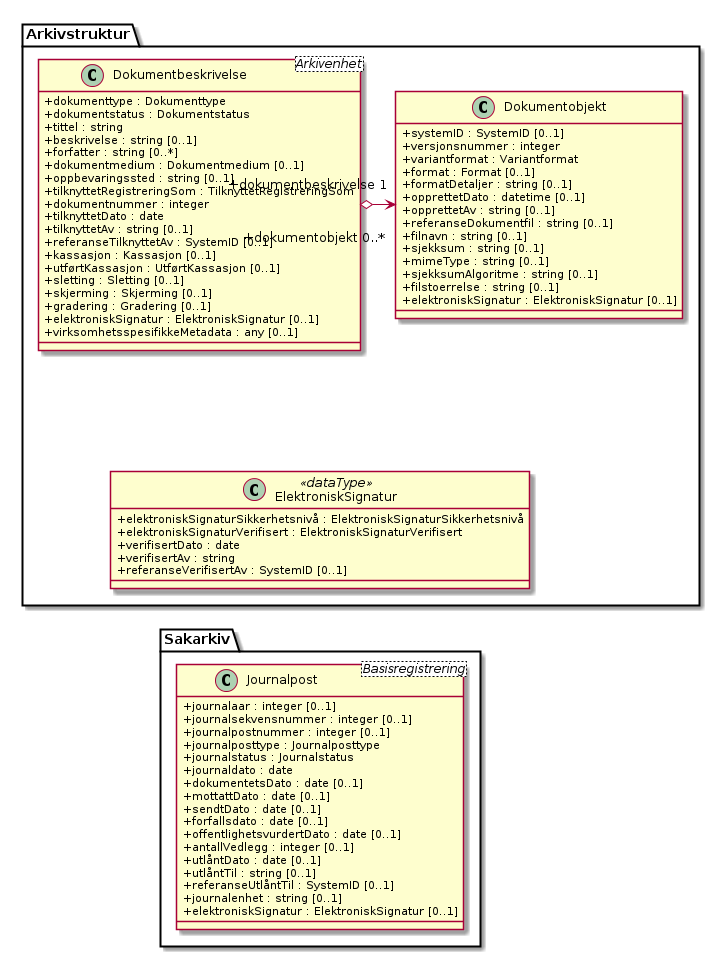
The PlantUML diagram kapitler/media/uml-elektronisk-signatur.png in arkivverket/noark5-tjenestegrensesnitt-standard, before a commit. Its diagram source:
```plantuml
@startuml
skinparam classAttributeIconSize 0

class Sakarkiv.Journalpost <Basisregistrering> {
  +journalaar : integer [0..1]
  +journalsekvensnummer : integer [0..1]
  +journalpostnummer : integer [0..1]
  +journalposttype : Journalposttype
  +journalstatus : Journalstatus
  +journaldato : date
  +dokumentetsDato : date [0..1]
  +mottattDato : date [0..1]
  +sendtDato : date [0..1]
  +forfallsdato : date [0..1]
  +offentlighetsvurdertDato : date [0..1]
  +antallVedlegg : integer [0..1]
  +utlåntDato : date [0..1]
  +utlåntTil : string [0..1]
  +referanseUtlåntTil : SystemID [0..1]
  +journalenhet : string [0..1]
  +elektroniskSignatur : ElektroniskSignatur [0..1]
}
class Arkivstruktur.ElektroniskSignatur <<dataType>> {
  +elektroniskSignaturSikkerhetsnivå : ElektroniskSignaturSikkerhetsnivå
  +elektroniskSignaturVerifisert : ElektroniskSignaturVerifisert
  +verifisertDato : date
  +verifisertAv : string
  +referanseVerifisertAv : SystemID [0..1]
}
class Arkivstruktur.Dokumentbeskrivelse <Arkivenhet> {
  +dokumenttype : Dokumenttype
  +dokumentstatus : Dokumentstatus
  +tittel : string
  +beskrivelse : string [0..1]
  +forfatter : string [0..*]
  +dokumentmedium : Dokumentmedium [0..1]
  +oppbevaringssted : string [0..1]
  +tilknyttetRegistreringSom : TilknyttetRegistreringSom
  +dokumentnummer : integer
  +tilknyttetDato : date
  +tilknyttetAv : string [0..1]
  +referanseTilknyttetAv : SystemID [0..1]
  +kassasjon : Kassasjon [0..1]
  +utførtKassasjon : UtførtKassasjon [0..1]
  +sletting : Sletting [0..1]
  +skjerming : Skjerming [0..1]
  +gradering : Gradering [0..1]
  +elektroniskSignatur : ElektroniskSignatur [0..1]
  +virksomhetsspesifikkeMetadata : any [0..1]
}
class Arkivstruktur.Dokumentobjekt {
  +systemID : SystemID [0..1]
  +versjonsnummer : integer
  +variantformat : Variantformat
  +format : Format [0..1]
  +formatDetaljer : string [0..1]
  +opprettetDato : datetime [0..1]
  +opprettetAv : string [0..1]
  +referanseDokumentfil : string [0..1]
  +filnavn : string [0..1]
  +sjekksum : string [0..1]
  +mimeType : string [0..1]
  +sjekksumAlgoritme : string [0..1]
  +filstoerrelse : string [0..1]
  +elektroniskSignatur : ElektroniskSignatur [0..1]
}

Arkivstruktur.ElektroniskSignatur -[hidden]-> Sakarkiv.Journalpost
Arkivstruktur.ElektroniskSignatur --[hidden]-> Arkivstruktur.Dokumentbeskrivelse
Arkivstruktur.Dokumentobjekt <-[hidden]- Arkivstruktur.ElektroniskSignatur
Arkivstruktur.Dokumentbeskrivelse "+dokumentbeskrivelse 1" o-> "+dokumentobjekt 0..*" Arkivstruktur.Dokumentobjekt
@enduml
```
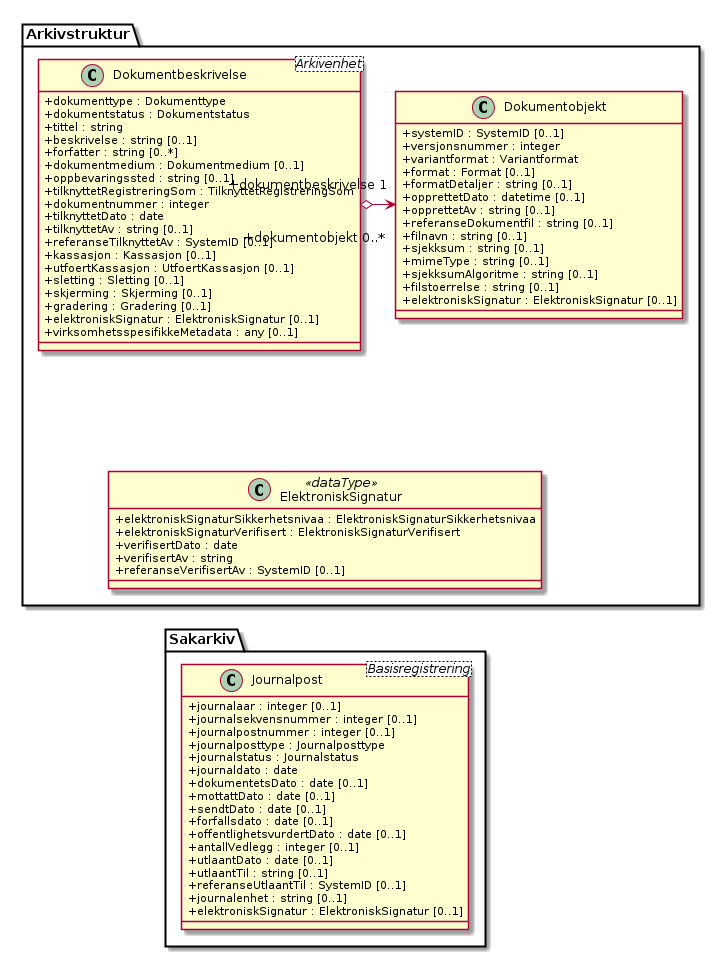
After the commit.

Change to the diagram source:
```diff
@@ -14,14 +14,14 @@
   +forfallsdato : date [0..1]
   +offentlighetsvurdertDato : date [0..1]
   +antallVedlegg : integer [0..1]
-  +utlåntDato : date [0..1]
-  +utlåntTil : string [0..1]
-  +referanseUtlåntTil : SystemID [0..1]
+  +utlaantDato : date [0..1]
+  +utlaantTil : string [0..1]
+  +referanseUtlaantTil : SystemID [0..1]
   +journalenhet : string [0..1]
   +elektroniskSignatur : ElektroniskSignatur [0..1]
 }
 class Arkivstruktur.ElektroniskSignatur <<dataType>> {
-  +elektroniskSignaturSikkerhetsnivå : ElektroniskSignaturSikkerhetsnivå
+  +elektroniskSignaturSikkerhetsnivaa : ElektroniskSignaturSikkerhetsnivaa
   +elektroniskSignaturVerifisert : ElektroniskSignaturVerifisert
   +verifisertDato : date
   +verifisertAv : string
@@ -41,7 +41,7 @@
   +tilknyttetAv : string [0..1]
   +referanseTilknyttetAv : SystemID [0..1]
   +kassasjon : Kassasjon [0..1]
-  +utførtKassasjon : UtførtKassasjon [0..1]
+  +utfoertKassasjon : UtfoertKassasjon [0..1]
   +sletting : Sletting [0..1]
   +skjerming : Skjerming [0..1]
   +gradering : Gradering [0..1]
```
